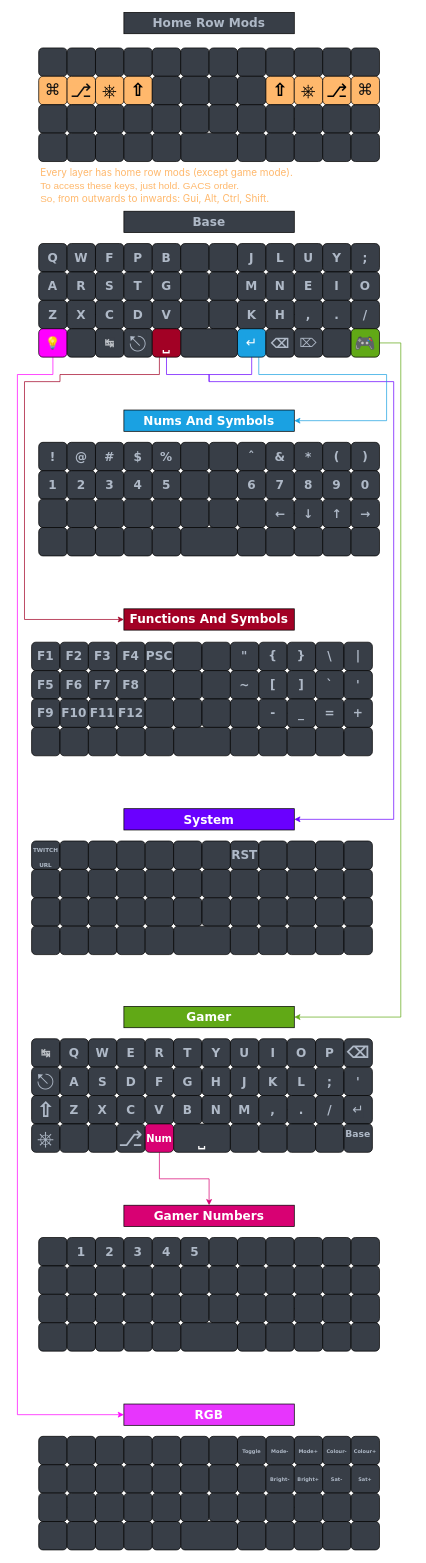
Above: bm40_layout_diagram.drawio in joaopedropio/joaopedropio.github.io (draw.io), before the change. Source tidied: cells renumbered, new cells numbered last; positions are measured from the earlier drawing's top-left corner, leaving out a move shared by most shapes. Both pictures are drawn from the tidied source at 71%, with x=0, y=0 at pixel (-523, 12).
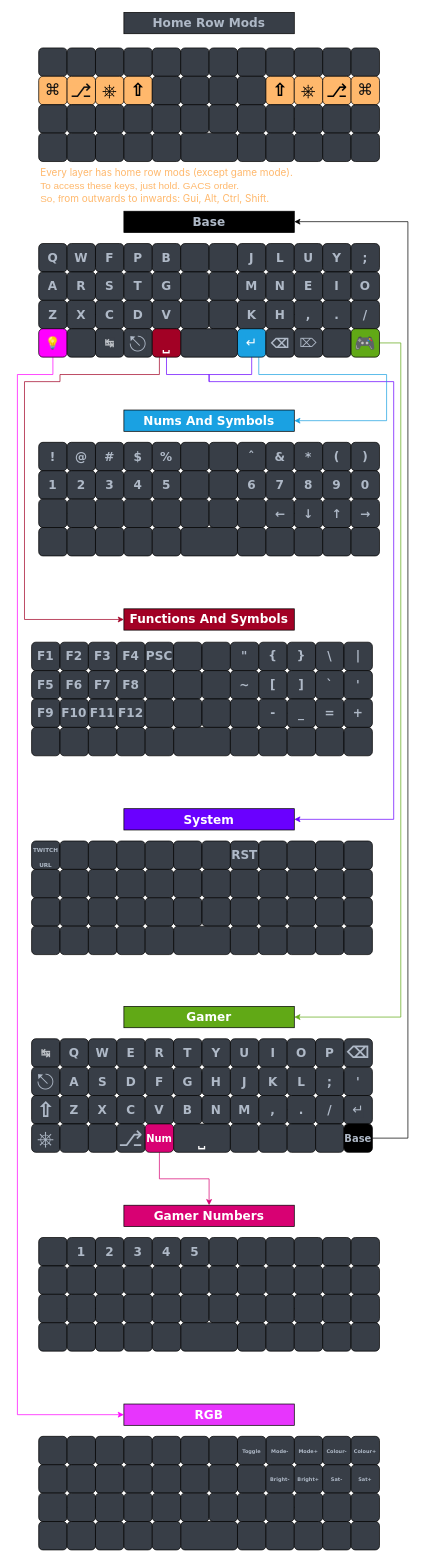
Above is the later version.

Commit message (it also covers changes not shown here):
Last arrow to base

The change refers to these unchanged cells:
```xml
<mxCell id="413" value="&lt;p style=&quot;text-align: left; line-height: 130%; font-size: 14px;&quot;&gt;&lt;font style=&quot;font-size: 14px;&quot; color=&quot;#ffb86c&quot;&gt;&lt;font style=&quot;font-size: 14px;&quot; face=&quot;-apple-system, system-ui, Segoe UI, Noto Sans, Helvetica, Arial, sans-serif, Apple Color Emoji, Segoe UI Emoji&quot;&gt;Every layer has home row mods (except game mode).&lt;br&gt;&lt;/font&gt;&lt;/font&gt;&lt;font style=&quot;background-color: initial; font-size: 14px;&quot; color=&quot;#ffb86c&quot;&gt;To access these keys, just hold. GACS order.&lt;br&gt;&lt;/font&gt;&lt;span style=&quot;background-color: initial;&quot;&gt;&lt;font style=&quot;font-size: 14px;&quot; color=&quot;#ffb86c&quot;&gt;So, f&lt;/font&gt;&lt;/span&gt;&lt;font style=&quot;background-color: initial; color: rgb(255, 184, 108); font-size: 14px;&quot; face=&quot;-apple-system, system-ui, Segoe UI, Noto Sans, Helvetica, Arial, sans-serif, Apple Color Emoji, Segoe UI Emoji&quot; color=&quot;#ffb86c&quot;&gt;rom outwards to inwards: Gui, Alt, Ctrl, Shift.&lt;/font&gt;&lt;/p&gt;&lt;p&gt;&lt;/p&gt;" style="text;html=1;align=center;verticalAlign=middle;points=[];strokeColor=none;fillColor=none;fontSize=26;fontColor=#000000;spacing=0;" parent="1" vertex="1">
  <mxGeometry x="790" y="200" width="360" height="100" as="geometry" />
</mxCell>
```

The edit, as a diff of the source:
```diff
@@
-    <mxCell id="23" value="&lt;b style=&quot;border-color: var(--border-color);&quot;&gt;Base&lt;/b&gt;" style="rounded=0;whiteSpace=wrap;html=1;fontFamily=Verdana;fontSize=17;fontColor=#AFB9C7;fillColor=#383E47;" parent="1" vertex="1">
+    <mxCell id="23" value="&lt;b style=&quot;border-color: var(--border-color);&quot;&gt;Base&lt;/b&gt;" style="rounded=0;whiteSpace=wrap;html=1;fontFamily=Verdana;fontSize=17;fontColor=#AFB9C7;fillColor=#000000;" parent="1" vertex="1">
       <mxGeometry x="910" y="280" width="240" height="30" as="geometry" />
     </mxCell>
@@
+    <mxCell id="416" style="edgeStyle=orthogonalEdgeStyle;rounded=0;jettySize=auto;html=1;fontSize=14;fontColor=#afb9c7;entryX=1;entryY=0.947;entryDx=0;entryDy=0;entryPerimeter=0;" parent="1" edge="1" source="214" target="413">
+      <mxGeometry relative="1" as="geometry">
+        <Array as="points">
+          <mxPoint x="1310" y="1585" />
+          <mxPoint x="1310" y="295" />
+        </Array>
+      </mxGeometry>
+    </mxCell>
-    <mxCell id="214" value="&lt;font style=&quot;font-size: 13px;&quot;&gt;Base&lt;/font&gt;" style="whiteSpace=wrap;html=1;fontSize=13;fontFamily=Verdana;fontStyle=1;fontColor=#AFB9C7;fillColor=#383E47;rounded=1;verticalAlign=top;" parent="1" vertex="1">
+    <mxCell id="214" value="&lt;font style=&quot;font-size: 14px;&quot;&gt;Base&lt;/font&gt;" style="whiteSpace=wrap;html=1;fontSize=14;fontFamily=Verdana;fontStyle=1;fontColor=#AFB9C7;fillColor=#000000;rounded=1;verticalAlign=middle;spacing=0;" parent="1" vertex="1">
       <mxGeometry x="1220" y="1565.5" width="40" height="40" as="geometry" />
     </mxCell>
```
